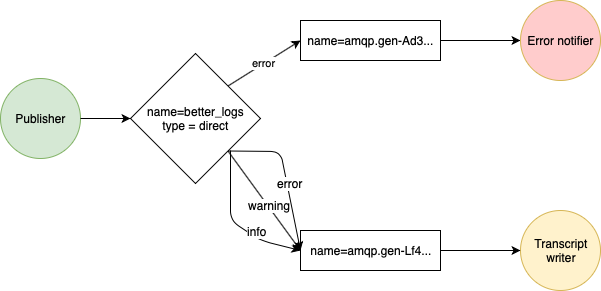
The draw.io diagram docs/routing.png in ba-st/Ansible, before a commit. Source tidied: cells renumbered, new cells last; positions are measured from the earlier drawing's top-left corner, leaving out a move shared by most shapes.
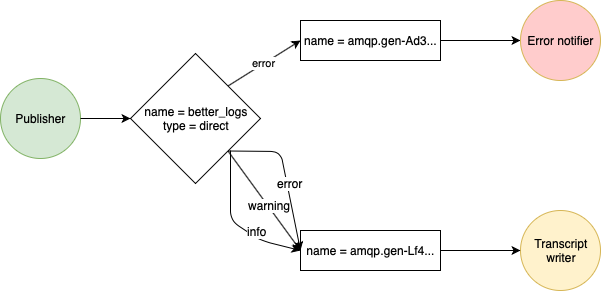
The same file after the commit.

The edit, as a diff of the source:
```diff
@@ -20,7 +20,7 @@
     <mxCell id="7" value="Error notifier" style="ellipse;whiteSpace=wrap;html=1;fillColor=#FFCCCC;strokeColor=#d6b656;" parent="1" vertex="1">
       <mxGeometry x="520" width="80" height="80" as="geometry" />
     </mxCell>
-    <mxCell id="8" value="name=better_logs&lt;br&gt;type = direct" style="rhombus;whiteSpace=wrap;html=1;fillColor=#FFFFFF;" parent="1" vertex="1">
+    <mxCell id="8" value="name = better_logs&lt;br&gt;type = direct" style="rhombus;whiteSpace=wrap;html=1;fillColor=#FFFFFF;" parent="1" vertex="1">
       <mxGeometry x="130" y="53" width="130" height="130" as="geometry" />
     </mxCell>
     <mxCell id="9" style="endArrow=classic;html=1;exitX=1;exitY=0.5;exitDx=0;exitDy=0;" parent="1" edge="1" source="2" target="8">
@@ -32,10 +32,10 @@
     <mxCell id="11" value="warning" style="text;html=1;align=center;verticalAlign=middle;labelBackgroundColor=#ffffff;" parent="10" vertex="1">
       <mxGeometry x="0.1" y="1" relative="1" as="geometry" />
     </mxCell>
-    <mxCell id="12" value="name=amqp.gen-Ad3..." style="rounded=0;whiteSpace=wrap;html=1;fillColor=#FFFFFF;" parent="1" vertex="1">
+    <mxCell id="12" value="name = amqp.gen-Ad3..." style="rounded=0;whiteSpace=wrap;html=1;fillColor=#FFFFFF;" parent="1" vertex="1">
       <mxGeometry x="300" y="20" width="140" height="40" as="geometry" />
     </mxCell>
-    <mxCell id="13" value="name=amqp.gen-Lf4..." style="rounded=0;whiteSpace=wrap;html=1;fillColor=#FFFFFF;" parent="1" vertex="1">
+    <mxCell id="13" value="name = amqp.gen-Lf4..." style="rounded=0;whiteSpace=wrap;html=1;fillColor=#FFFFFF;" parent="1" vertex="1">
       <mxGeometry x="300" y="230" width="140" height="40" as="geometry" />
     </mxCell>
     <mxCell id="14" style="endArrow=classic;html=1;exitX=1;exitY=1;exitDx=0;exitDy=0;entryX=0;entryY=0.5;entryDx=0;entryDy=0;" parent="1" edge="1" source="8" target="13">
```
